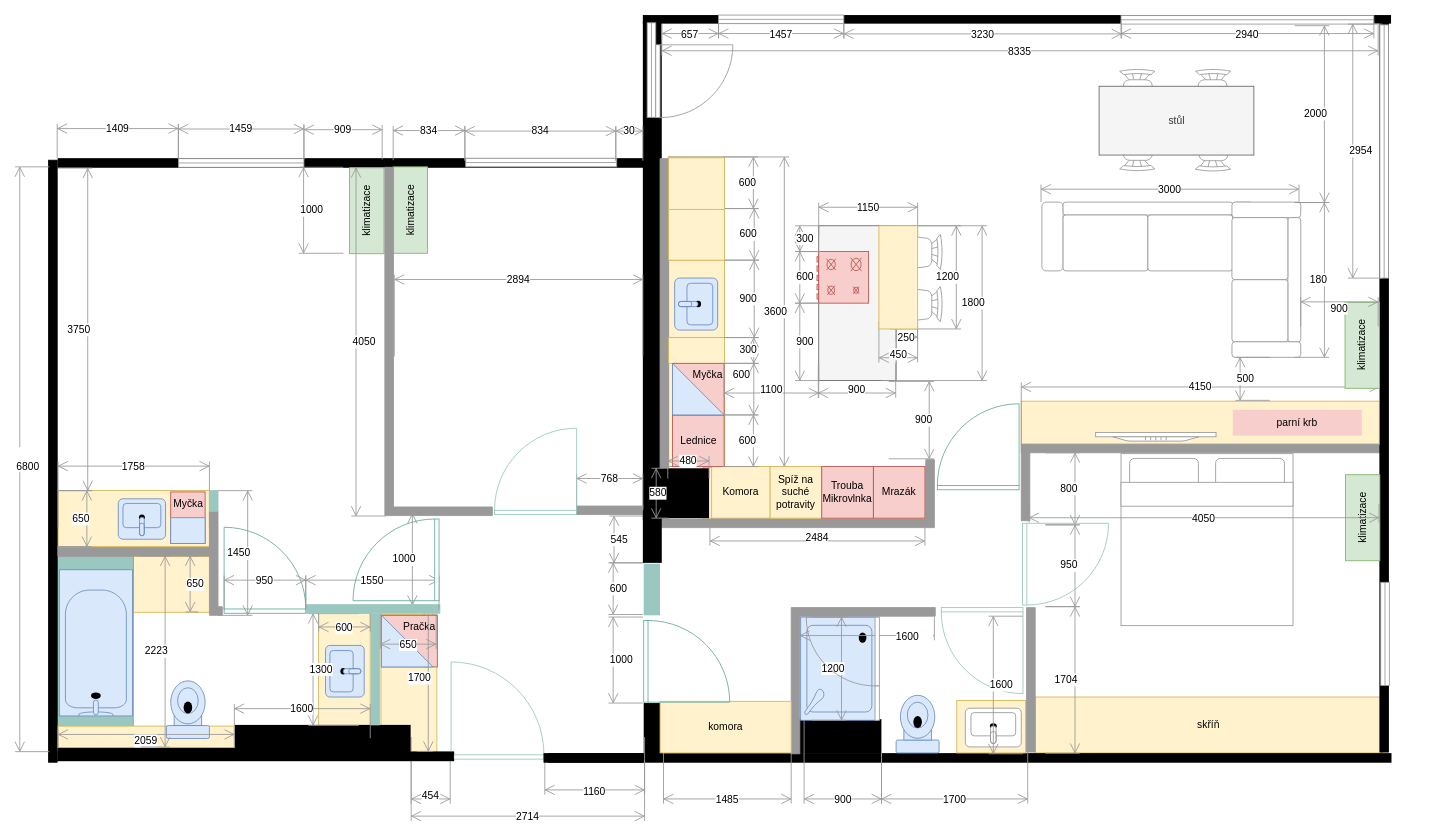
Earlier version of the draw.io diagram page "final" (1 of 2) of docs/src/static/drawings/floor-plan.furniched.drawio (surquest/flat-renovation). Source tidied: cells renumbered, new cells numbered last; positions are measured from the earlier drawing's top-left corner, leaving out a move shared by most shapes. Both pictures are drawn from the tidied source at 86%, with x=0, y=0 at pixel (15, 15).
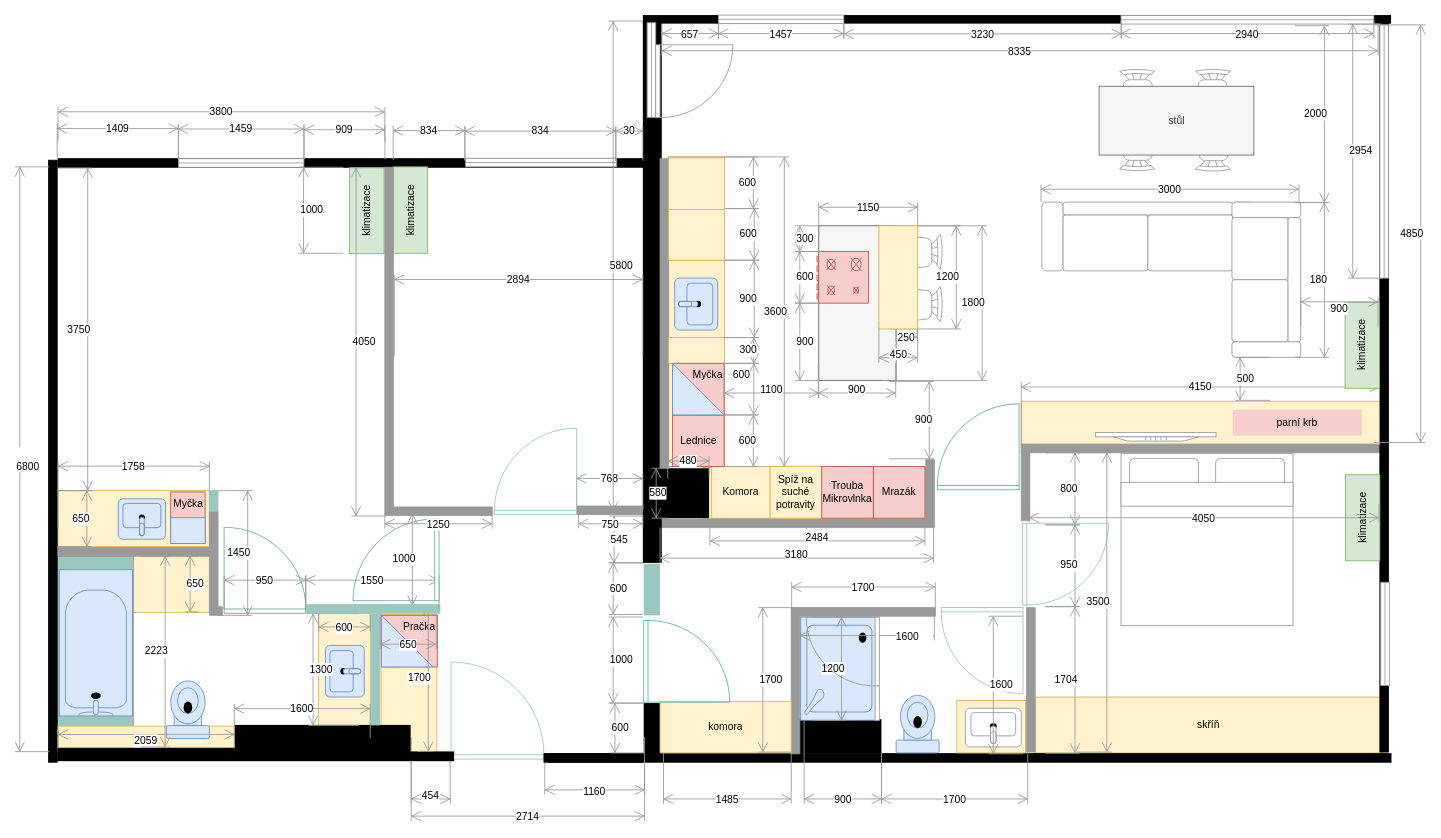
The same diagram, later.

Change to the diagram source:
```diff
@@
     <mxCell id="42" value="909" style="shape=dimension;direction=west;whiteSpace=wrap;html=1;align=center;verticalAlign=top;spacingTop=-8;labelBackgroundColor=#ffffff;strokeColor=#999999;fillColor=#999999;" parent="1" vertex="1">
-      <mxGeometry x="336" y="127.8" width="90.9" height="40" as="geometry" />
+      <mxGeometry x="336.1" y="127.8" width="94" height="40" as="geometry" />
     </mxCell>
@@
+    <mxCell id="179" value="3800" style="shape=dimension;direction=west;whiteSpace=wrap;html=1;align=center;verticalAlign=top;spacingTop=-8;labelBackgroundColor=#ffffff;strokeColor=#999999;fillColor=#999999;" parent="1" vertex="1">
+      <mxGeometry x="50" y="107" width="380" height="40" as="geometry" />
+    </mxCell>
+    <mxCell id="180" value="4850" style="shape=dimension;direction=north;whiteSpace=wrap;html=1;align=right;verticalAlign=middle;labelBackgroundColor=#ffffff;strokeColor=#999999;" parent="1" vertex="1">
+      <mxGeometry x="1580" y="11.4" width="60" height="485.6" as="geometry" />
+    </mxCell>
+    <mxCell id="181" value="3180" style="shape=dimension;direction=east;whiteSpace=wrap;html=1;align=center;verticalAlign=bottom;spacingTop=-8;labelBackgroundColor=#ffffff;strokeColor=#999999;fillColor=#999999;" parent="1" vertex="1">
+      <mxGeometry x="750" y="596" width="318" height="41" as="geometry" />
+    </mxCell>
+    <mxCell id="182" value="5800" style="shape=dimension;direction=south;whiteSpace=wrap;html=1;align=left;verticalAlign=middle;labelBackgroundColor=#ffffff;strokeColor=#999999;" parent="1" vertex="1">
+      <mxGeometry x="690" y="7" width="40" height="570" as="geometry" />
+    </mxCell>
+    <mxCell id="183" value="3500" style="shape=dimension;direction=north;whiteSpace=wrap;html=1;align=right;verticalAlign=middle;labelBackgroundColor=#ffffff;strokeColor=#999999;" parent="1" vertex="1">
+      <mxGeometry x="1235" y="509" width="40" height="348" as="geometry" />
+    </mxCell>
+    <mxCell id="184" value="1700" style="shape=dimension;direction=west;whiteSpace=wrap;html=1;align=center;verticalAlign=top;spacingTop=-8;labelBackgroundColor=#ffffff;strokeColor=#999999;" parent="1" vertex="1">
+      <mxGeometry x="903" y="659.5" width="167" height="40" as="geometry" />
+    </mxCell>
+    <mxCell id="185" value="1700" style="shape=dimension;direction=south;whiteSpace=wrap;html=1;align=left;verticalAlign=middle;labelBackgroundColor=#ffffff;strokeColor=#999999;" parent="1" vertex="1">
+      <mxGeometry x="864" y="689" width="40" height="168" as="geometry" />
+    </mxCell>
+    <mxCell id="186" value="600" style="shape=dimension;direction=south;whiteSpace=wrap;html=1;align=left;verticalAlign=middle;labelBackgroundColor=#ffffff;strokeColor=#999999;" parent="1" vertex="1">
+      <mxGeometry x="692" y="800" width="40" height="58" as="geometry" />
+    </mxCell>
+    <mxCell id="187" value="750" style="shape=dimension;whiteSpace=wrap;html=1;align=center;verticalAlign=bottom;spacingBottom=-5;labelBackgroundColor=#ffffff;strokeColor=#999999;" parent="1" vertex="1">
+      <mxGeometry x="655" y="580.9" width="75" height="16.1" as="geometry" />
+    </mxCell>
+    <mxCell id="188" value="1250" style="shape=dimension;whiteSpace=wrap;html=1;align=center;verticalAlign=bottom;spacingBottom=-5;labelBackgroundColor=#ffffff;strokeColor=#999999;" parent="1" vertex="1">
+      <mxGeometry x="430" y="580.9" width="124.7" height="16.1" as="geometry" />
+    </mxCell>
```
